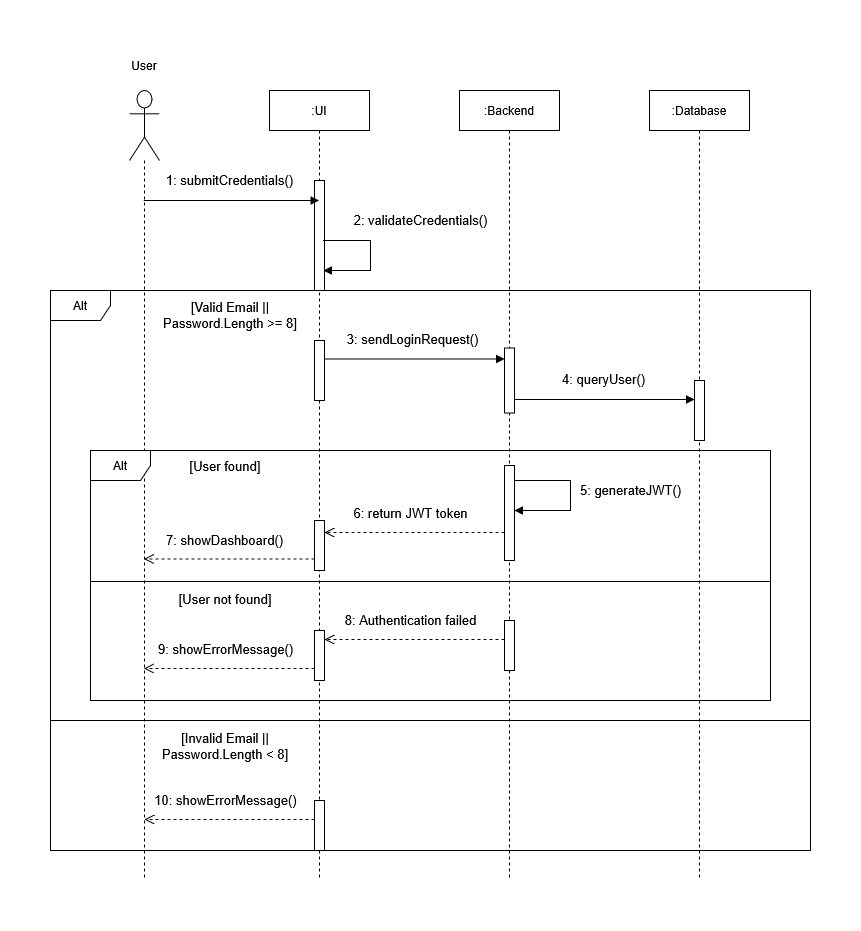
This is docs/diagrams/SequenceAuth.drawio.png from mahdi000666/DesignFlow, a draw.io export, as it was before one commit. Source tidied: cells renumbered, new cells last; positions are measured from the earlier drawing's top-left corner, leaving out a move shared by most shapes.
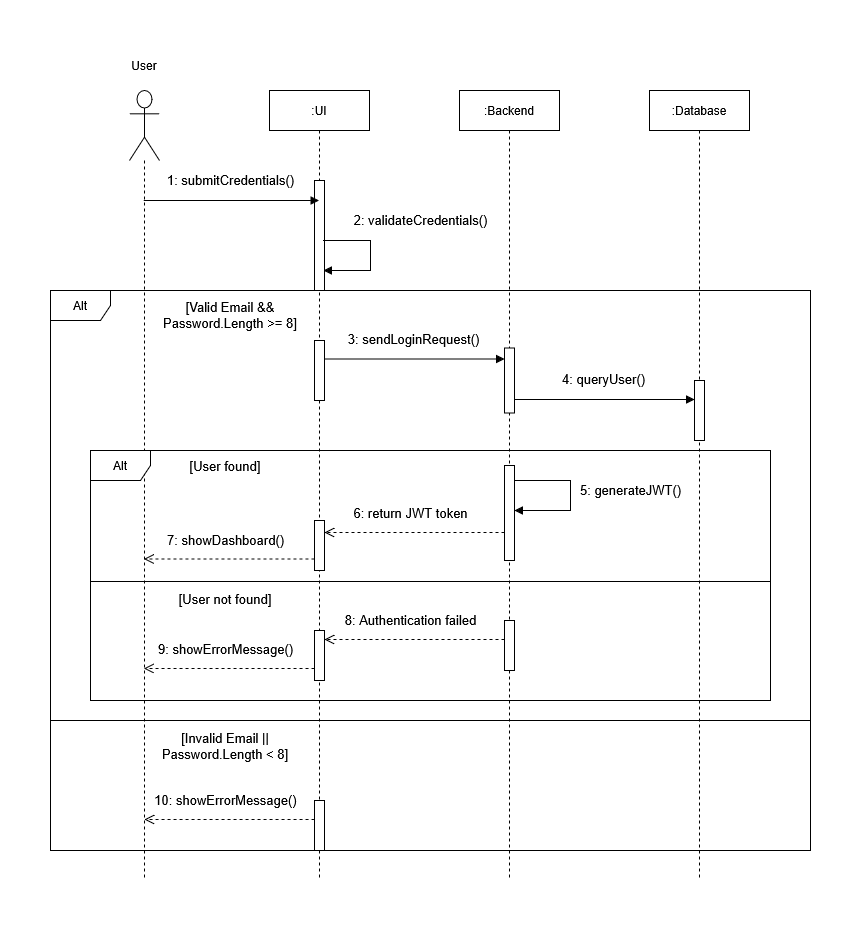
Above is the later version.

Diff of the diagram source:
```diff
@@ -106,7 +106,7 @@
     <mxCell id="24" value="Alt" style="shape=umlFrame;whiteSpace=wrap;html=1;" parent="1" vertex="1">
       <mxGeometry y="240" width="760" height="560" as="geometry" />
     </mxCell>
-    <mxCell id="25" value="[Valid Email || Password.Length &amp;gt;= 8]" style="text;html=1;whiteSpace=wrap;strokeColor=none;fillColor=none;align=center;verticalAlign=middle;rounded=0;fontSize=13;" parent="1" vertex="1">
+    <mxCell id="25" value="[Valid Email &amp;amp;&amp;amp; Password.Length &amp;gt;= 8]" style="text;html=1;whiteSpace=wrap;strokeColor=none;fillColor=none;align=center;verticalAlign=middle;rounded=0;fontSize=13;" parent="1" vertex="1">
       <mxGeometry x="110" y="250" width="140" height="30" as="geometry" />
     </mxCell>
     <mxCell id="26" style="html=1;perimeter=orthogonalPerimeter;targetShapes=umlLifeline;newEdgeStyle={&quot;curved&quot;:0,&quot;rounded&quot;:0};" parent="1" vertex="1">
```
